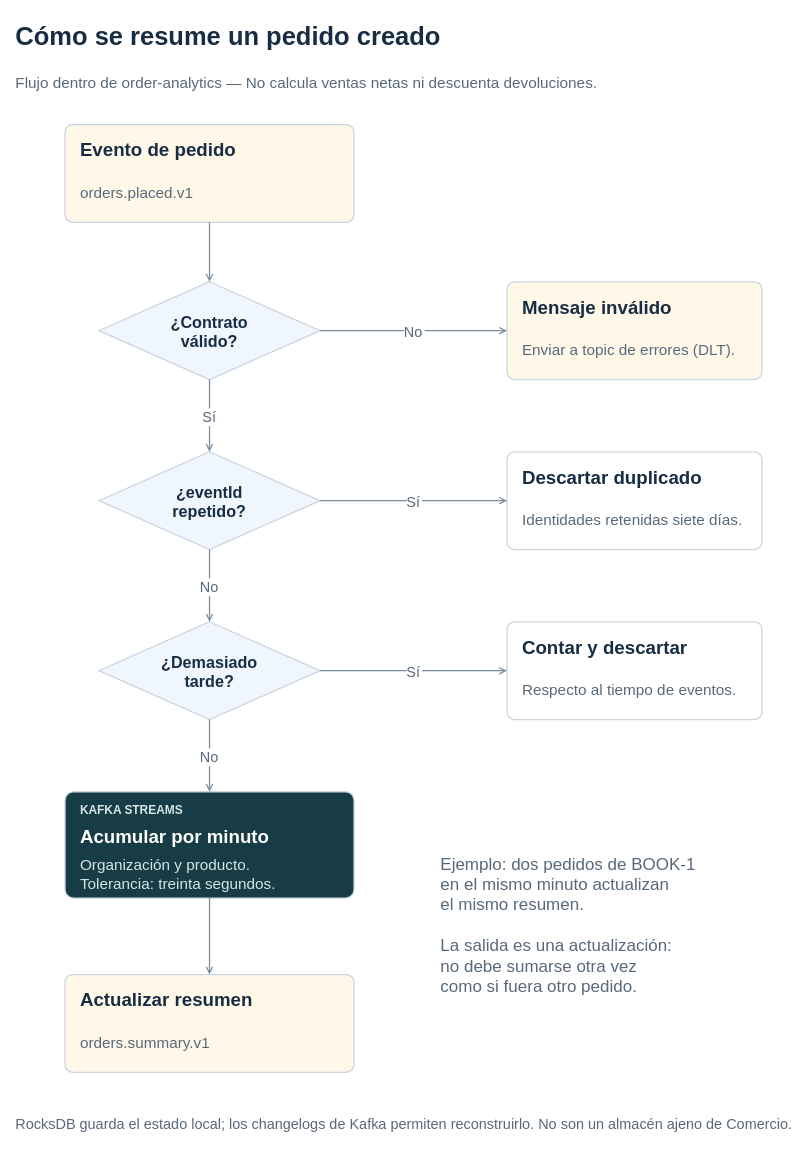
Earlier version of the draw.io diagram page "Cómo se resume un pedido creado" (7 of 13) of docs/diagrams/architecture.drawio (victormartingil/software-architecture). Source tidied: cells renumbered, new cells numbered last; positions are measured from the earlier drawing's top-left corner, leaving out a move shared by most shapes. Both pictures are drawn from the tidied source at 85%, with x=0, y=0 at pixel (14, 14).
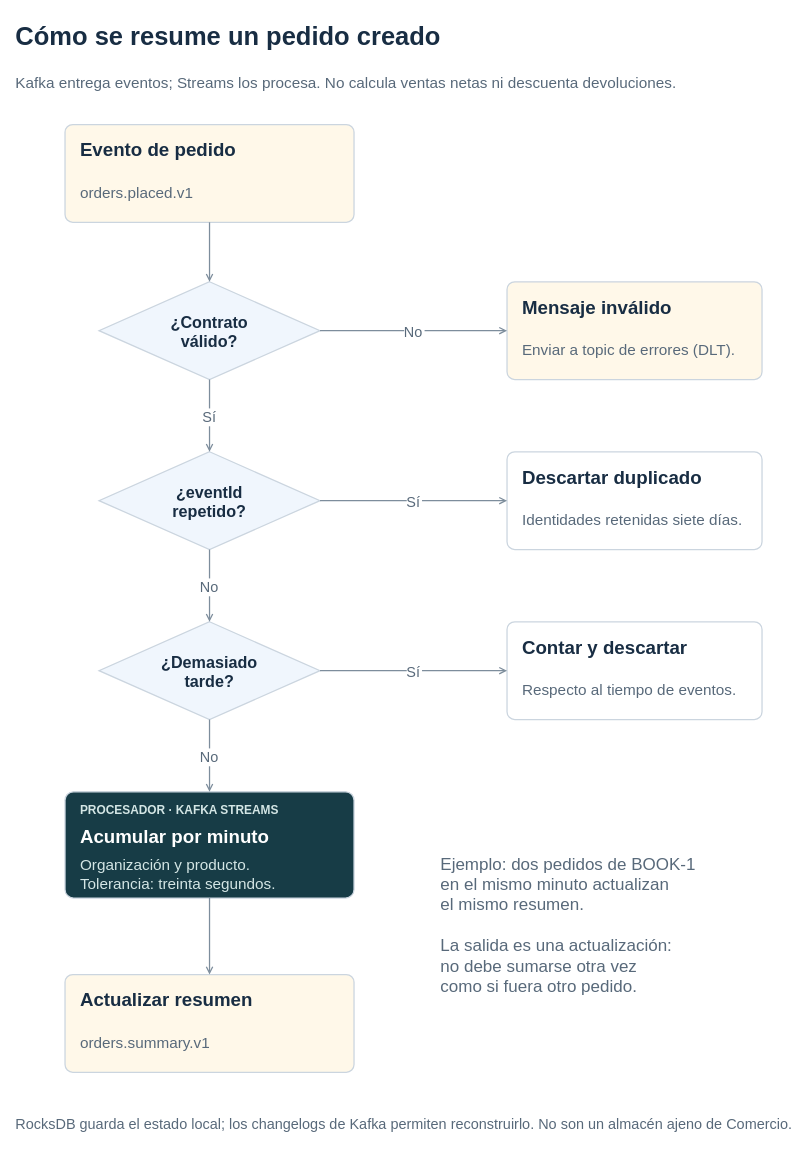
After the change.

Unchanged cells that the change refers to:
```xml
<mxCell id="29" style="group;fillColor=none;strokeColor=none;" parent="1" vertex="1">
  <mxGeometry x="60" y="915" width="340" height="125" as="geometry" />
</mxCell>
```

Change to the diagram source:
```diff
@@
-    <mxCell id="3" value="Flujo dentro de order-analytics    —    No calcula ventas netas ni descuenta devoluciones." style="text;html=0;fillColor=none;strokeColor=none;fontFamily=Arial;fontSize=18;fontColor=#58697A;fontStyle=0;align=left;verticalAlign=middle;" parent="1" vertex="1">
+    <mxCell id="3" value="Kafka entrega eventos; Streams los procesa. No calcula ventas netas ni descuenta devoluciones." style="text;html=0;fillColor=none;strokeColor=none;fontFamily=Arial;fontSize=18;fontColor=#58697A;fontStyle=0;align=left;verticalAlign=middle;" parent="1" vertex="1">
       <mxGeometry y="55" width="920" height="50" as="geometry" />
     </mxCell>
@@
-    <mxCell id="31" value="KAFKA STREAMS" style="text;html=0;fillColor=none;strokeColor=none;fontFamily=Arial;fontSize=14;fontColor=#D4E6E5;fontStyle=1;align=left;verticalAlign=middle;" parent="29" vertex="1">
+    <mxCell id="31" value="PROCESADOR · KAFKA STREAMS" style="text;html=0;fillColor=none;strokeColor=none;fontFamily=Arial;fontSize=14;fontColor=#D4E6E5;fontStyle=1;align=left;verticalAlign=middle;" parent="29" vertex="1">
       <mxGeometry x="16" y="9" width="308" height="24" as="geometry" />
     </mxCell>
```
